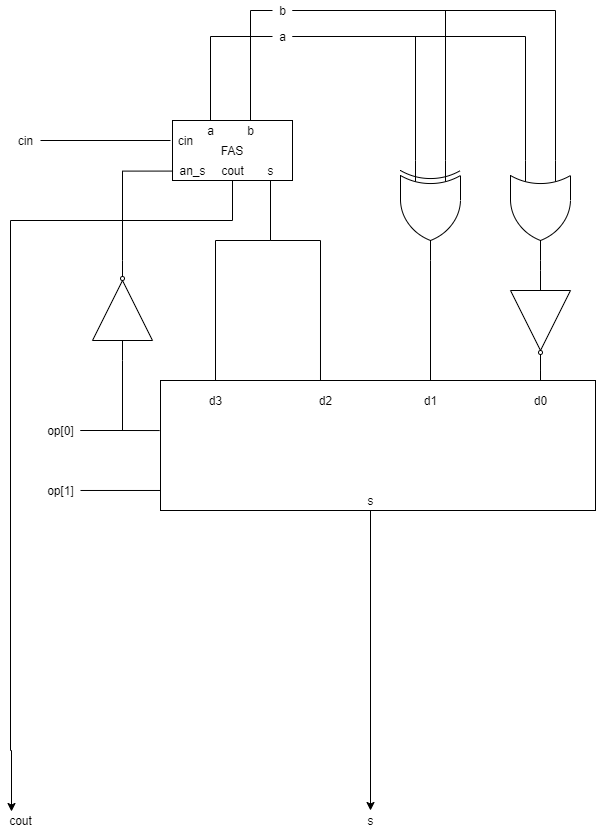
Above: alu.png in BenHalpe/Sim1 (draw.io), before the change. Source tidied: cells renumbered, new cells last; positions are measured from the earlier drawing's top-left corner, leaving out a move shared by most shapes. Its diagram source:
```xml
<mxGraphModel>
  <root>
    <mxCell id="0" />
    <mxCell id="1" parent="0" />
    <mxCell id="2" style="edgeStyle=orthogonalEdgeStyle;rounded=0;jettySize=auto;html=1;entryX=0;entryY=0.75;entryDx=0;entryDy=0;entryPerimeter=0;endArrow=none;endFill=0;" parent="1" edge="1" source="5" target="10">
      <mxGeometry relative="1" as="geometry" />
    </mxCell>
    <mxCell id="3" style="edgeStyle=orthogonalEdgeStyle;rounded=0;jettySize=auto;html=1;entryX=0;entryY=0.75;entryDx=0;entryDy=0;entryPerimeter=0;endArrow=none;endFill=0;" parent="1" edge="1" source="5" target="15">
      <mxGeometry relative="1" as="geometry" />
    </mxCell>
    <mxCell id="4" style="edgeStyle=orthogonalEdgeStyle;rounded=0;jettySize=auto;html=1;endArrow=none;endFill=0;" parent="1" edge="1" source="5" target="17">
      <mxGeometry relative="1" as="geometry" />
    </mxCell>
    <mxCell id="5" value="a" style="text;html=1;align=center;verticalAlign=middle;points=[];" parent="1" vertex="1">
      <mxGeometry x="272" y="26" width="20" height="20" as="geometry" />
    </mxCell>
    <mxCell id="6" style="edgeStyle=orthogonalEdgeStyle;rounded=0;jettySize=auto;html=1;entryX=0;entryY=0.25;entryDx=0;entryDy=0;entryPerimeter=0;endArrow=none;endFill=0;" parent="1" edge="1" source="9" target="10">
      <mxGeometry relative="1" as="geometry" />
    </mxCell>
    <mxCell id="7" style="edgeStyle=orthogonalEdgeStyle;rounded=0;jettySize=auto;html=1;entryX=0;entryY=0.25;entryDx=0;entryDy=0;entryPerimeter=0;endArrow=none;endFill=0;" parent="1" edge="1" source="9" target="15">
      <mxGeometry relative="1" as="geometry" />
    </mxCell>
    <mxCell id="8" style="edgeStyle=orthogonalEdgeStyle;rounded=0;jettySize=auto;html=1;endArrow=none;endFill=0;" parent="1" edge="1" source="9" target="18">
      <mxGeometry relative="1" as="geometry" />
    </mxCell>
    <mxCell id="9" value="b" style="text;html=1;align=center;verticalAlign=middle;points=[];" parent="1" vertex="1">
      <mxGeometry x="272" width="20" height="20" as="geometry" />
    </mxCell>
    <mxCell id="10" style="verticalLabelPosition=bottom;shadow=0;dashed=0;align=center;html=1;verticalAlign=top;shape=mxgraph.electrical.logic_gates.logic_gate;operation=or;rotation=90;" parent="1" vertex="1">
      <mxGeometry x="490" y="180" width="100" height="60" as="geometry" />
    </mxCell>
    <mxCell id="11" style="edgeStyle=orthogonalEdgeStyle;rounded=0;jettySize=auto;html=1;exitX=0;exitY=0.5;exitDx=0;exitDy=0;entryX=1;entryY=0.5;entryDx=0;entryDy=0;entryPerimeter=0;endArrow=none;endFill=0;" parent="1" edge="1" source="13" target="10">
      <mxGeometry relative="1" as="geometry" />
    </mxCell>
    <mxCell id="12" style="edgeStyle=orthogonalEdgeStyle;rounded=0;jettySize=auto;html=1;endArrow=none;endFill=0;" parent="1" edge="1" source="13" target="29">
      <mxGeometry relative="1" as="geometry" />
    </mxCell>
    <mxCell id="13" style="verticalLabelPosition=bottom;shadow=0;dashed=0;align=center;html=1;verticalAlign=top;shape=mxgraph.electrical.logic_gates.buffer2;negating=1;rotation=90;" parent="1" vertex="1">
      <mxGeometry x="490" y="290" width="100" height="60" as="geometry" />
    </mxCell>
    <mxCell id="14" style="edgeStyle=orthogonalEdgeStyle;rounded=0;jettySize=auto;html=1;endArrow=none;endFill=0;" parent="1" edge="1" source="15" target="30">
      <mxGeometry relative="1" as="geometry" />
    </mxCell>
    <mxCell id="15" style="verticalLabelPosition=bottom;shadow=0;dashed=0;align=center;html=1;verticalAlign=top;shape=mxgraph.electrical.logic_gates.logic_gate;operation=xor;rotation=90;" parent="1" vertex="1">
      <mxGeometry x="380" y="180" width="100" height="60" as="geometry" />
    </mxCell>
    <mxCell id="16" value="FAS" style="rounded=0;whiteSpace=wrap;html=1;" parent="1" vertex="1">
      <mxGeometry x="172" y="120" width="120" height="60" as="geometry" />
    </mxCell>
    <mxCell id="17" value="a" style="text;html=1;align=center;verticalAlign=middle;points=[];" parent="1" vertex="1">
      <mxGeometry x="200" y="120" width="20" height="20" as="geometry" />
    </mxCell>
    <mxCell id="18" value="b" style="text;html=1;align=center;verticalAlign=middle;points=[];" parent="1" vertex="1">
      <mxGeometry x="240" y="120" width="20" height="20" as="geometry" />
    </mxCell>
    <mxCell id="19" style="edgeStyle=orthogonalEdgeStyle;rounded=0;jettySize=auto;html=1;entryX=0.333;entryY=0;entryDx=0;entryDy=0;entryPerimeter=0;endArrow=none;endFill=0;" parent="1" edge="1" source="21" target="31">
      <mxGeometry relative="1" as="geometry">
        <Array as="points">
          <mxPoint x="270" y="170" />
          <mxPoint x="270" y="240" />
          <mxPoint x="320" y="240" />
        </Array>
      </mxGeometry>
    </mxCell>
    <mxCell id="20" style="edgeStyle=orthogonalEdgeStyle;rounded=0;jettySize=auto;html=1;endArrow=none;endFill=0;" parent="1" edge="1" source="21" target="32">
      <mxGeometry relative="1" as="geometry">
        <Array as="points">
          <mxPoint x="270" y="170" />
          <mxPoint x="270" y="240" />
          <mxPoint x="215" y="240" />
        </Array>
      </mxGeometry>
    </mxCell>
    <mxCell id="21" value="s" style="text;html=1;align=center;verticalAlign=middle;points=[];" parent="1" vertex="1">
      <mxGeometry x="260" y="160" width="20" height="20" as="geometry" />
    </mxCell>
    <mxCell id="22" style="edgeStyle=orthogonalEdgeStyle;rounded=0;jettySize=auto;html=1;endArrow=none;endFill=0;startArrow=classic;startFill=1;exitX=0.275;exitY=0.05;exitDx=0;exitDy=0;exitPerimeter=0;" parent="1" edge="1" source="33" target="23">
      <mxGeometry relative="1" as="geometry">
        <Array as="points">
          <mxPoint x="11" y="750" />
          <mxPoint x="10" y="750" />
          <mxPoint x="10" y="220" />
          <mxPoint x="232" y="220" />
        </Array>
      </mxGeometry>
    </mxCell>
    <mxCell id="23" value="cout" style="text;html=1;align=center;verticalAlign=middle;points=[];" parent="1" vertex="1">
      <mxGeometry x="212" y="160" width="40" height="20" as="geometry" />
    </mxCell>
    <mxCell id="24" value="cin" style="text;html=1;align=center;verticalAlign=middle;points=[];" parent="1" vertex="1">
      <mxGeometry x="170" y="130" width="30" height="20" as="geometry" />
    </mxCell>
    <mxCell id="25" style="edgeStyle=orthogonalEdgeStyle;rounded=0;jettySize=auto;html=1;endArrow=none;endFill=0;" parent="1" edge="1" source="26" target="24">
      <mxGeometry relative="1" as="geometry" />
    </mxCell>
    <mxCell id="26" value="cin" style="text;html=1;align=center;verticalAlign=middle;points=[];" parent="1" vertex="1">
      <mxGeometry x="10" y="130" width="30" height="20" as="geometry" />
    </mxCell>
    <mxCell id="27" value="an_s" style="text;html=1;align=center;verticalAlign=middle;points=[];" parent="1" vertex="1">
      <mxGeometry x="172" y="160" width="40" height="20" as="geometry" />
    </mxCell>
    <mxCell id="28" style="rounded=0;whiteSpace=wrap;html=1;" parent="1" vertex="1">
      <mxGeometry x="160" y="380" width="435" height="130" as="geometry" />
    </mxCell>
    <mxCell id="29" value="d0" style="text;html=1;align=center;verticalAlign=middle;points=[];" parent="1" vertex="1">
      <mxGeometry x="525" y="390" width="30" height="20" as="geometry" />
    </mxCell>
    <mxCell id="30" value="d1" style="text;html=1;align=center;verticalAlign=middle;points=[];" parent="1" vertex="1">
      <mxGeometry x="415" y="390" width="30" height="20" as="geometry" />
    </mxCell>
    <mxCell id="31" value="d2" style="text;html=1;align=center;verticalAlign=middle;points=[];" parent="1" vertex="1">
      <mxGeometry x="310" y="390" width="30" height="20" as="geometry" />
    </mxCell>
    <mxCell id="32" value="d3" style="text;html=1;align=center;verticalAlign=middle;points=[];" parent="1" vertex="1">
      <mxGeometry x="200" y="390" width="30" height="20" as="geometry" />
    </mxCell>
    <mxCell id="33" value="cout" style="text;html=1;align=center;verticalAlign=middle;points=[];" parent="1" vertex="1">
      <mxGeometry y="810" width="40" height="20" as="geometry" />
    </mxCell>
    <mxCell id="34" style="edgeStyle=orthogonalEdgeStyle;rounded=0;jettySize=auto;html=1;entryX=-0.002;entryY=0.385;entryDx=0;entryDy=0;entryPerimeter=0;startArrow=none;startFill=0;endArrow=none;endFill=0;" parent="1" edge="1" source="36" target="28">
      <mxGeometry relative="1" as="geometry">
        <Array as="points">
          <mxPoint x="120" y="430" />
          <mxPoint x="120" y="430" />
        </Array>
      </mxGeometry>
    </mxCell>
    <mxCell id="35" style="edgeStyle=orthogonalEdgeStyle;rounded=0;jettySize=auto;html=1;entryX=0;entryY=0.5;entryDx=0;entryDy=0;startArrow=none;startFill=0;endArrow=none;endFill=0;" parent="1" edge="1" source="36" target="40">
      <mxGeometry relative="1" as="geometry" />
    </mxCell>
    <mxCell id="36" value="op[0]" style="text;html=1;align=center;verticalAlign=middle;points=[];" parent="1" vertex="1">
      <mxGeometry x="40" y="420" width="40" height="20" as="geometry" />
    </mxCell>
    <mxCell id="37" style="edgeStyle=orthogonalEdgeStyle;rounded=0;jettySize=auto;html=1;entryX=0;entryY=0.846;entryDx=0;entryDy=0;entryPerimeter=0;startArrow=none;startFill=0;endArrow=none;endFill=0;" parent="1" edge="1" source="38" target="28">
      <mxGeometry relative="1" as="geometry" />
    </mxCell>
    <mxCell id="38" value="op[1]" style="text;html=1;align=center;verticalAlign=middle;points=[];" parent="1" vertex="1">
      <mxGeometry x="40" y="480" width="40" height="20" as="geometry" />
    </mxCell>
    <mxCell id="39" style="edgeStyle=orthogonalEdgeStyle;rounded=0;jettySize=auto;html=1;exitX=1;exitY=0.5;exitDx=0;exitDy=0;entryX=0.013;entryY=0.529;entryDx=0;entryDy=0;entryPerimeter=0;startArrow=none;startFill=0;endArrow=none;endFill=0;" parent="1" edge="1" source="40" target="27">
      <mxGeometry relative="1" as="geometry" />
    </mxCell>
    <mxCell id="40" style="verticalLabelPosition=bottom;shadow=0;dashed=0;align=center;html=1;verticalAlign=top;shape=mxgraph.electrical.logic_gates.buffer2;negating=1;rotation=-90;" parent="1" vertex="1">
      <mxGeometry x="72" y="280" width="100" height="60" as="geometry" />
    </mxCell>
    <mxCell id="41" style="edgeStyle=orthogonalEdgeStyle;rounded=0;jettySize=auto;html=1;startArrow=none;startFill=0;endArrow=classic;endFill=1;" parent="1" edge="1" source="42" target="43">
      <mxGeometry relative="1" as="geometry" />
    </mxCell>
    <mxCell id="42" value="s" style="text;html=1;align=center;verticalAlign=middle;points=[];" parent="1" vertex="1">
      <mxGeometry x="360" y="490" width="20" height="20" as="geometry" />
    </mxCell>
    <mxCell id="43" value="s" style="text;html=1;align=center;verticalAlign=middle;points=[];" parent="1" vertex="1">
      <mxGeometry x="360" y="810" width="20" height="20" as="geometry" />
    </mxCell>
  </root>
</mxGraphModel>
```
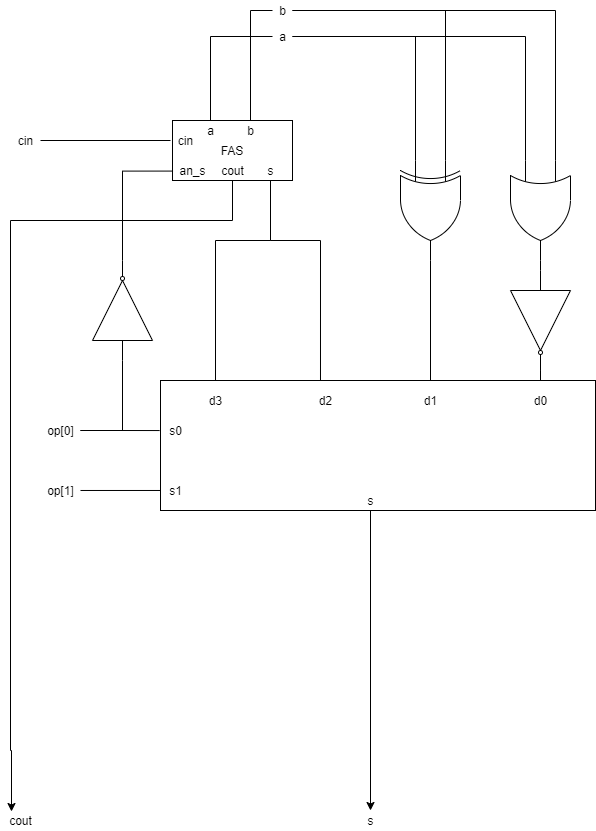
After the change.

Commit message:
updated labels on alu diagram

Diff of the diagram source:
```diff
@@ -152,5 +152,11 @@
     <mxCell id="43" value="s" style="text;html=1;align=center;verticalAlign=middle;points=[];" parent="1" vertex="1">
       <mxGeometry x="360" y="810" width="20" height="20" as="geometry" />
     </mxCell>
+    <mxCell id="44" value="s0" style="text;html=1;align=center;verticalAlign=middle;" parent="1" vertex="1">
+      <mxGeometry x="160" y="420" width="30" height="20" as="geometry" />
+    </mxCell>
+    <mxCell id="45" value="s1" style="text;html=1;align=center;verticalAlign=middle;" parent="1" vertex="1">
+      <mxGeometry x="160" y="480" width="30" height="20" as="geometry" />
+    </mxCell>
   </root>
 </mxGraphModel>
```
